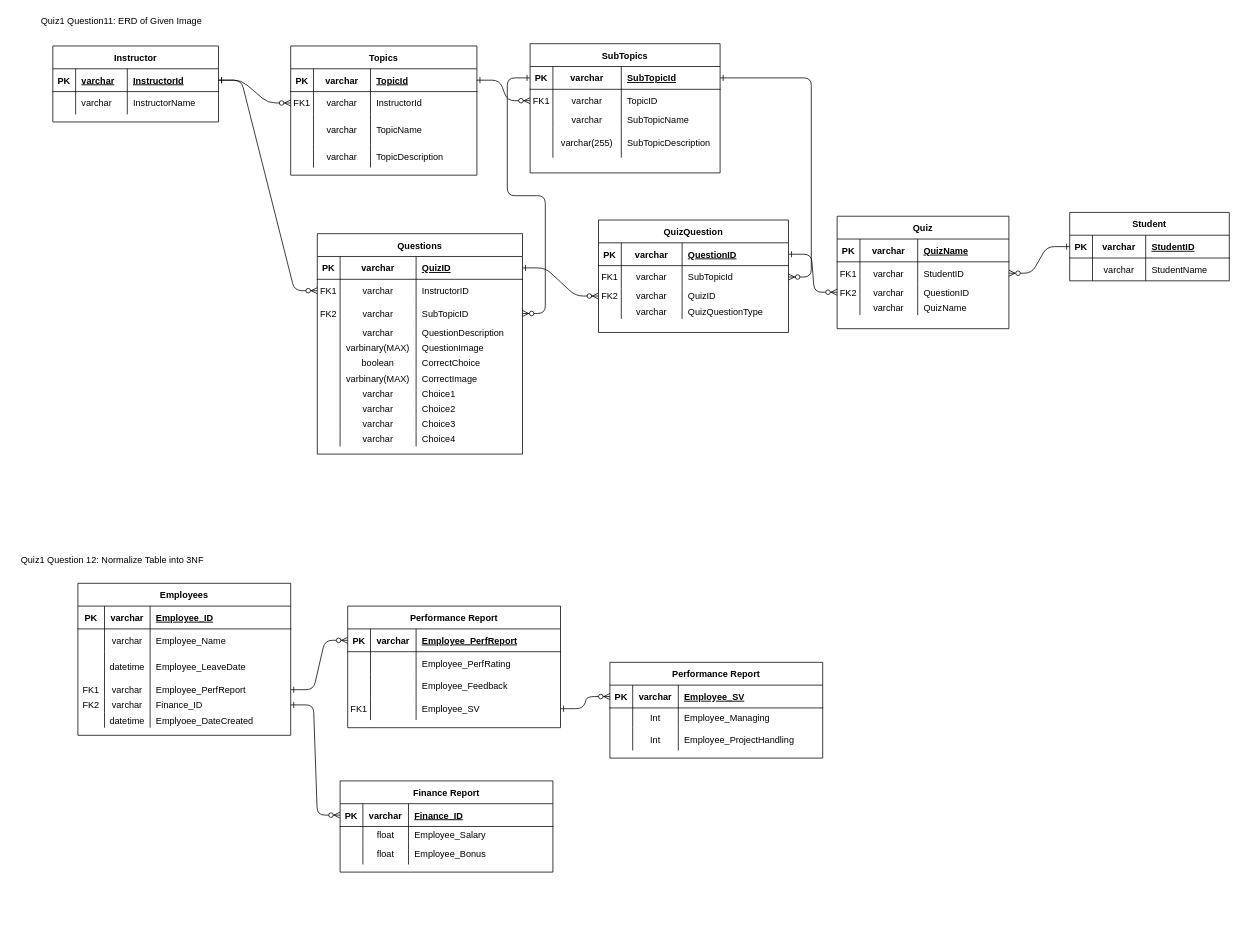
AmirAini/BackEndDay1 keeps this draw.io diagram as Quiz1_111021.drawio. Above is the earlier version. Source tidied: cells renumbered, new cells numbered last; positions are measured from the earlier drawing's top-left corner, leaving out a move shared by most shapes. Both pictures are drawn from the tidied source at 76%, with x=0, y=0 at pixel (13, 13).
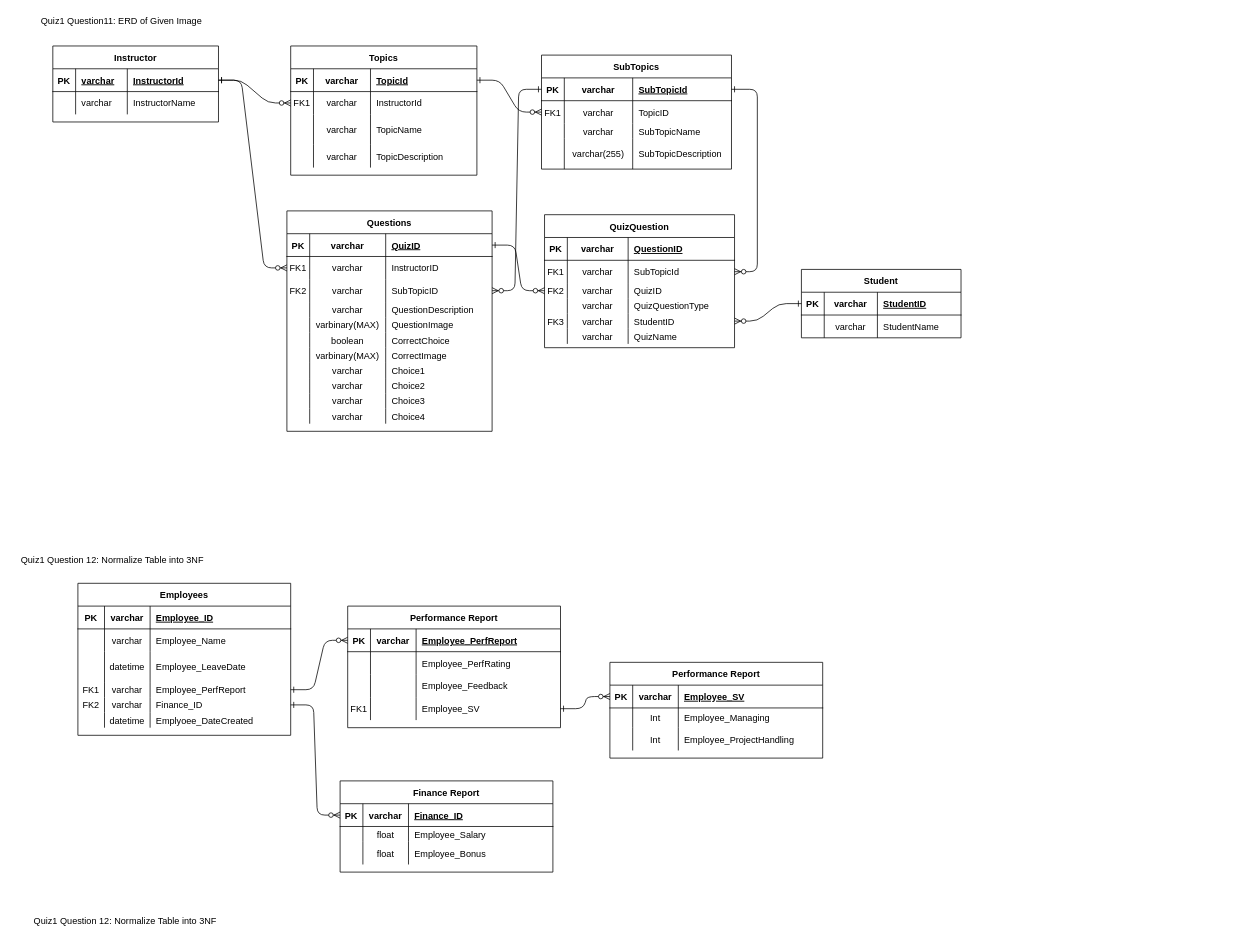
The same page after the edit.

Unchanged cells that the change refers to:
```xml
<mxCell id="96" style="shape=partialRectangle;fillColor=none;points=[[0,0.5],[1,0.5]];portConstraint=eastwest;top=0;left=0;right=0;bottom=1;" parent="95" vertex="1">
  <mxGeometry y="30" width="250" height="30" as="geometry" />
</mxCell>
<mxCell id="115" style="shape=partialRectangle;fillColor=none;points=[[0,0.5],[1,0.5]];portConstraint=eastwest;top=0;left=0;right=0;bottom=1;" parent="114" vertex="1">
  <mxGeometry y="30" width="210" height="30" as="geometry" />
</mxCell>
```

Change to the diagram source:
```diff
@@
     <mxCell id="21" value="SubTopics" style="shape=table;startSize=30;childLayout=tableLayout;rowLines=0;fontStyle=1;align=center;" parent="1" vertex="1">
-      <mxGeometry x="680" y="40" width="250" height="170" as="geometry" />
+      <mxGeometry x="695" y="55" width="250" height="150" as="geometry" />
     </mxCell>
@@
     <mxCell id="47" value="Questions" style="shape=table;startSize=30;childLayout=tableLayout;rowLines=0;fontStyle=1;align=center;" parent="1" vertex="1">
-      <mxGeometry x="400" y="290" width="270" height="290" as="geometry" />
+      <mxGeometry x="360" y="260" width="270" height="290" as="geometry" />
     </mxCell>
@@
     <mxCell id="94" value="FK2" style="shape=partialRectangle;overflow=hidden;fillColor=none;top=0;left=0;bottom=0;right=0;" parent="1" vertex="1">
-      <mxGeometry x="400" y="380" width="30" height="30" as="geometry" />
+      <mxGeometry x="360" y="350" width="30" height="30" as="geometry" />
     </mxCell>
     <mxCell id="95" value="QuizQuestion" style="shape=table;startSize=30;childLayout=tableLayout;rowLines=0;fontStyle=1;align=center;" parent="1" vertex="1">
-      <mxGeometry x="770" y="272" width="250" height="148" as="geometry" />
+      <mxGeometry x="699" y="265" width="250" height="175" as="geometry" />
     </mxCell>
@@
+    <mxCell id="215" style="shape=partialRectangle;fillColor=none;points=[[0,0.5],[1,0.5]];portConstraint=eastwest;top=0;left=0;right=0;bottom=0;" parent="95" vertex="1">
+      <mxGeometry y="130" width="250" height="20" as="geometry" />
+    </mxCell>
+    <mxCell id="216" value="FK3" style="shape=partialRectangle;overflow=hidden;fillColor=none;top=0;left=0;bottom=0;right=0;" parent="215" vertex="1">
+      <mxGeometry width="30" height="20" as="geometry" />
+    </mxCell>
+    <mxCell id="217" value="varchar" style="shape=partialRectangle;overflow=hidden;fillColor=none;top=0;left=0;bottom=0;right=0;" parent="215" vertex="1">
+      <mxGeometry x="30" width="80" height="20" as="geometry" />
+    </mxCell>
+    <mxCell id="133" value="StudentID" style="shape=partialRectangle;overflow=hidden;fillColor=none;top=0;left=0;bottom=0;right=0;align=left;spacingLeft=6;" parent="215" vertex="1">
+      <mxGeometry x="110" width="140" height="20" as="geometry" />
+    </mxCell>
+    <mxCell id="218" style="shape=partialRectangle;fillColor=none;top=0;left=0;right=0;bottom=0;" parent="95" vertex="1">
+      <mxGeometry y="150" width="250" height="20" as="geometry" />
+    </mxCell>
+    <mxCell id="139" style="shape=partialRectangle;overflow=hidden;fillColor=none;top=0;left=0;bottom=0;right=0;" parent="218" vertex="1">
+      <mxGeometry width="30" height="20" as="geometry" />
+    </mxCell>
+    <mxCell id="219" value="varchar" style="shape=partialRectangle;overflow=hidden;fillColor=none;top=0;left=0;bottom=0;right=0;" parent="218" vertex="1">
+      <mxGeometry x="30" width="80" height="20" as="geometry" />
+    </mxCell>
+    <mxCell id="141" value="QuizName" style="shape=partialRectangle;overflow=hidden;fillColor=none;top=0;left=0;bottom=0;right=0;align=left;spacingLeft=6;" parent="218" vertex="1">
+      <mxGeometry x="110" width="140" height="20" as="geometry" />
+    </mxCell>
@@
     <mxCell id="114" value="Student" style="shape=table;startSize=30;childLayout=tableLayout;rowLines=0;fontStyle=1;align=center;" parent="1" vertex="1">
-      <mxGeometry x="1390" y="262" width="210" height="90" as="geometry" />
+      <mxGeometry x="1037" y="337" width="210" height="90" as="geometry" />
     </mxCell>
@@
-    <mxCell id="123" style="edgeStyle=entityRelationEdgeStyle;endArrow=ERzeroToMany;startArrow=ERone;endFill=1;startFill=0;exitX=0;exitY=0.5;exitDx=0;exitDy=0;" parent="1" edge="1" source="115" target="130">
+    <mxCell id="123" style="edgeStyle=entityRelationEdgeStyle;endArrow=ERzeroToMany;startArrow=ERone;endFill=1;startFill=0;exitX=0;exitY=0.5;exitDx=0;exitDy=0;" parent="1" edge="1" source="115" target="215">
       <mxGeometry relative="1" as="geometry" />
     </mxCell>
@@
-    <mxCell id="125" value="Quiz" style="shape=table;startSize=30;childLayout=tableLayout;rowLines=0;fontStyle=1;align=center;" parent="1" vertex="1">
-      <mxGeometry x="1084" y="267" width="226" height="148" as="geometry" />
-    </mxCell>
-    <mxCell id="126" style="shape=partialRectangle;fillColor=none;top=0;left=0;right=0;bottom=1;" parent="125" vertex="1">
-      <mxGeometry y="30" width="226" height="30" as="geometry" />
-    </mxCell>
-    <mxCell id="127" value="PK" style="shape=partialRectangle;overflow=hidden;fillColor=none;top=0;left=0;bottom=0;right=0;fontStyle=1;" parent="126" vertex="1">
-      <mxGeometry width="30" height="30" as="geometry" />
-    </mxCell>
-    <mxCell id="128" value="varchar" style="shape=partialRectangle;overflow=hidden;fillColor=none;top=0;left=0;bottom=0;right=0;fontStyle=1;" parent="126" vertex="1">
-      <mxGeometry x="30" width="76" height="30" as="geometry" />
-    </mxCell>
-    <mxCell id="129" value="QuizName" style="shape=partialRectangle;overflow=hidden;fillColor=none;top=0;left=0;bottom=0;right=0;align=left;spacingLeft=6;fontStyle=5;" parent="126" vertex="1">
-      <mxGeometry x="106" width="120" height="30" as="geometry" />
-    </mxCell>
-    <mxCell id="130" style="shape=partialRectangle;fillColor=none;points=[[0,0.5],[1,0.5]];portConstraint=eastwest;top=0;left=0;right=0;bottom=0;" parent="125" vertex="1">
-      <mxGeometry y="60" width="226" height="30" as="geometry" />
-    </mxCell>
-    <mxCell id="131" value="FK1" style="shape=partialRectangle;overflow=hidden;fillColor=none;top=0;left=0;bottom=0;right=0;" parent="130" vertex="1">
-      <mxGeometry width="30" height="30" as="geometry" />
-    </mxCell>
-    <mxCell id="132" value="varchar" style="shape=partialRectangle;overflow=hidden;fillColor=none;top=0;left=0;bottom=0;right=0;" parent="130" vertex="1">
-      <mxGeometry x="30" width="76" height="30" as="geometry" />
-    </mxCell>
-    <mxCell id="133" value="StudentID" style="shape=partialRectangle;overflow=hidden;fillColor=none;top=0;left=0;bottom=0;right=0;align=left;spacingLeft=6;" parent="130" vertex="1">
-      <mxGeometry x="106" width="120" height="30" as="geometry" />
-    </mxCell>
-    <mxCell id="134" style="shape=partialRectangle;fillColor=none;points=[[0,0.5],[1,0.5]];portConstraint=eastwest;top=0;left=0;right=0;bottom=0;" parent="125" vertex="1">
-      <mxGeometry y="90" width="226" height="20" as="geometry" />
-    </mxCell>
-    <mxCell id="135" value="FK2" style="shape=partialRectangle;overflow=hidden;fillColor=none;top=0;left=0;bottom=0;right=0;" parent="134" vertex="1">
-      <mxGeometry width="30" height="20" as="geometry" />
-    </mxCell>
-    <mxCell id="136" value="varchar" style="shape=partialRectangle;overflow=hidden;fillColor=none;top=0;left=0;bottom=0;right=0;" parent="134" vertex="1">
-      <mxGeometry x="30" width="76" height="20" as="geometry" />
-    </mxCell>
-    <mxCell id="137" value="QuestionID" style="shape=partialRectangle;overflow=hidden;fillColor=none;top=0;left=0;bottom=0;right=0;align=left;spacingLeft=6;" parent="134" vertex="1">
-      <mxGeometry x="106" width="120" height="20" as="geometry" />
-    </mxCell>
-    <mxCell id="138" style="shape=partialRectangle;fillColor=none;top=0;left=0;right=0;bottom=0;" parent="125" vertex="1">
-      <mxGeometry y="110" width="226" height="20" as="geometry" />
-    </mxCell>
-    <mxCell id="139" style="shape=partialRectangle;overflow=hidden;fillColor=none;top=0;left=0;bottom=0;right=0;" parent="138" vertex="1">
-      <mxGeometry width="30" height="20" as="geometry" />
-    </mxCell>
-    <mxCell id="140" value="varchar" style="shape=partialRectangle;overflow=hidden;fillColor=none;top=0;left=0;bottom=0;right=0;" parent="138" vertex="1">
-      <mxGeometry x="30" width="76" height="20" as="geometry" />
-    </mxCell>
-    <mxCell id="141" value="QuizName" style="shape=partialRectangle;overflow=hidden;fillColor=none;top=0;left=0;bottom=0;right=0;align=left;spacingLeft=6;" parent="138" vertex="1">
-      <mxGeometry x="106" width="120" height="20" as="geometry" />
-    </mxCell>
-    <mxCell id="142" style="edgeStyle=entityRelationEdgeStyle;endArrow=ERzeroToMany;startArrow=ERone;endFill=1;startFill=0;exitX=1;exitY=0.5;exitDx=0;exitDy=0;entryX=0;entryY=0.5;entryDx=0;entryDy=0;" parent="1" edge="1" source="96" target="134">
-      <mxGeometry relative="1" as="geometry" />
-    </mxCell>
@@
+    <mxCell id="220" value="Quiz1 Question 12: Normalize Table into 3NF" style="text;html=1;align=center;verticalAlign=middle;strokeColor=none;fillColor=none;" parent="1" vertex="1">
+      <mxGeometry x="17" y="1185" width="260" height="20" as="geometry" />
+    </mxCell>
```
